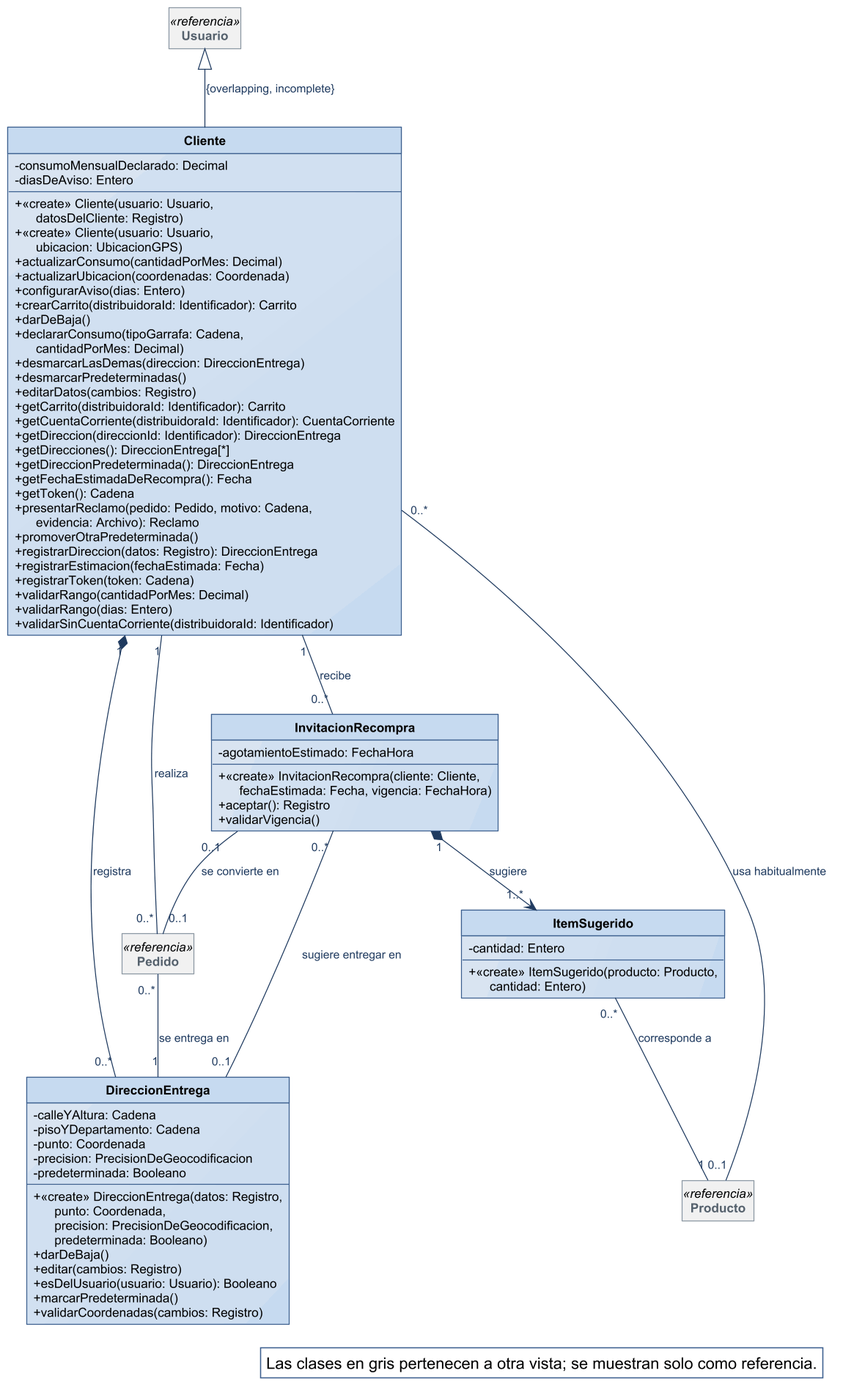
Before: diagramas/clases-diseno/DC_Clientes.png, a diagram exported from PlantUML (Nahuelito-Dev/splg-docs).
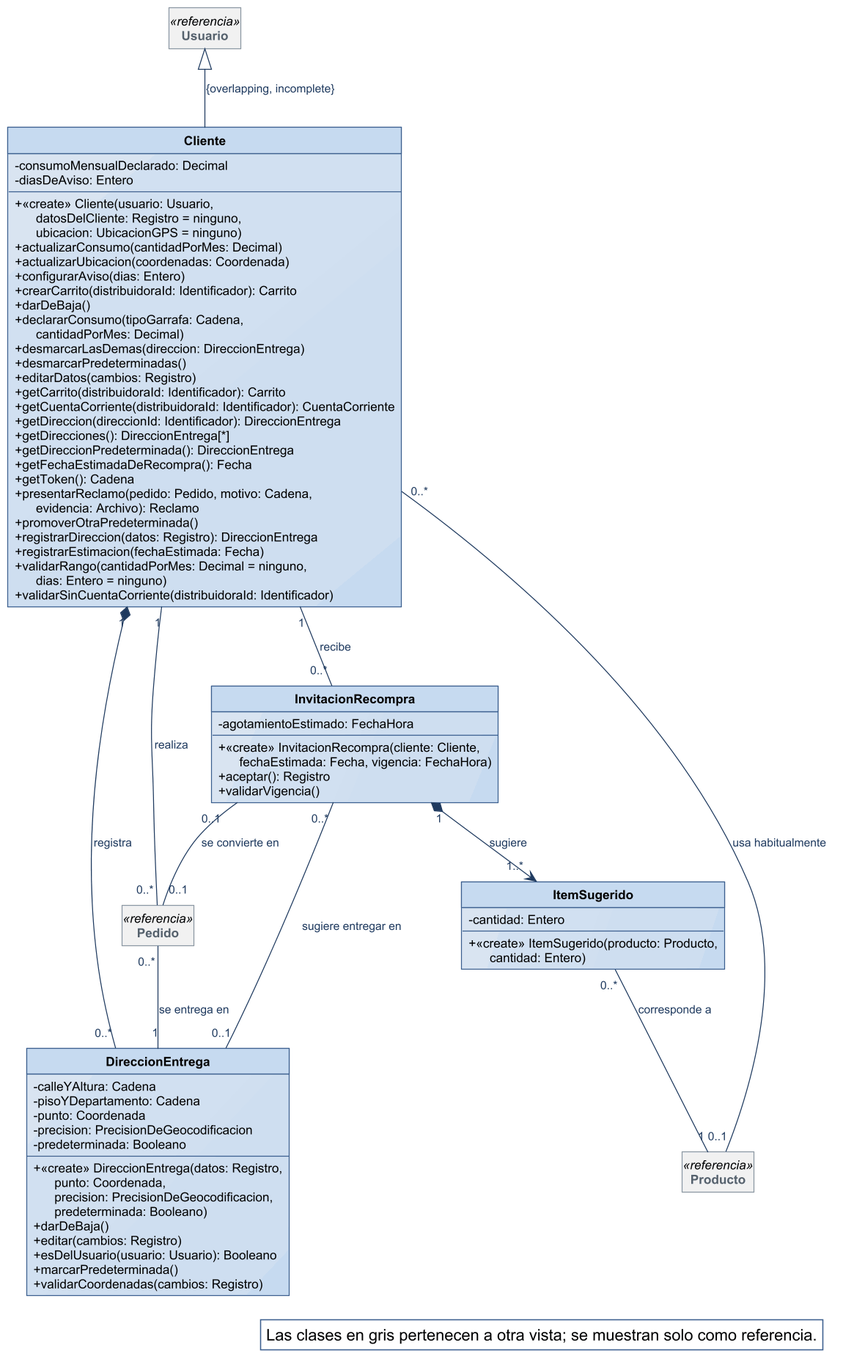
After the commit.

What changed in the source:
```diff
@@ -30,8 +30,7 @@
 class Cliente {
   - consumoMensualDeclarado: Decimal
   - diasDeAviso: Entero
-  + «create» Cliente(usuario: Usuario,\n      datosDelCliente: Registro)
-  + «create» Cliente(usuario: Usuario,\n      ubicacion: UbicacionGPS)
+  + «create» Cliente(usuario: Usuario,\n      datosDelCliente: Registro = ninguno,\n      ubicacion: UbicacionGPS = ninguno)
   + actualizarConsumo(cantidadPorMes: Decimal)
   + actualizarUbicacion(coordenadas: Coordenada)
   + configurarAviso(dias: Entero)
@@ -52,9 +51,7 @@
   + promoverOtraPredeterminada()
   + registrarDireccion(datos: Registro): DireccionEntrega
   + registrarEstimacion(fechaEstimada: Fecha)
-  + registrarToken(token: Cadena)
-  + validarRango(cantidadPorMes: Decimal)
-  + validarRango(dias: Entero)
+  + validarRango(cantidadPorMes: Decimal = ninguno,\n      dias: Entero = ninguno)
   + validarSinCuentaCorriente(distribuidoraId: Identificador)
 }
 class DireccionEntrega {
```
